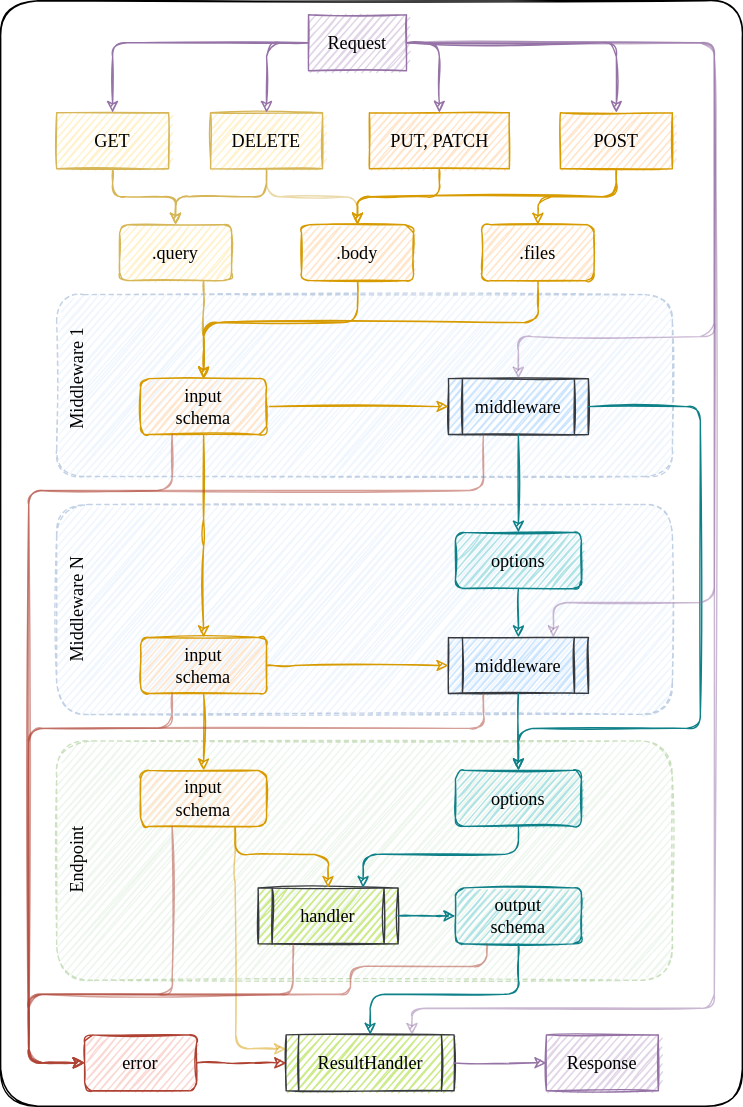
Earlier version of the draw.io export dataflow.svg (RobinTail/express-zod-api). Source tidied: cells renumbered, new cells last; positions are measured from the earlier drawing's top-left corner, leaving out a move shared by most shapes.
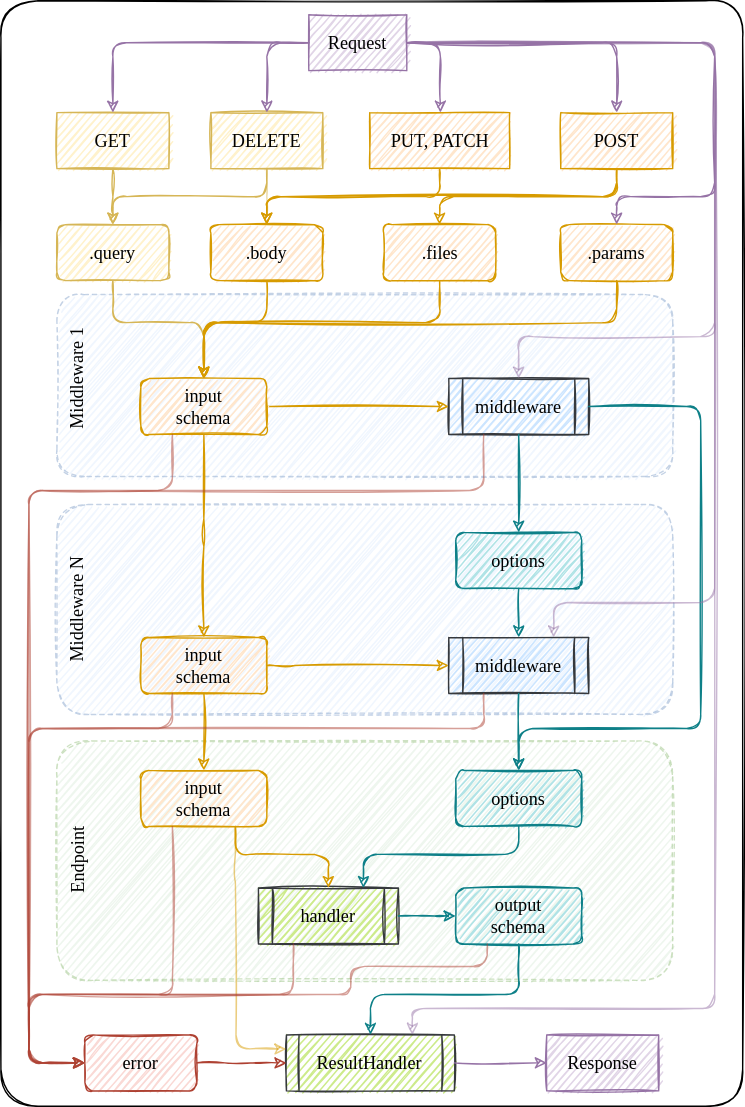
After the commit.

Commit message:
Including params into the dataflow diagram.

Change to the diagram source:
```diff
@@ -88,10 +88,10 @@
       <mxGeometry x="220" y="10" width="70" height="40" as="geometry" />
     </mxCell>
     <mxCell id="22" value=".query" style="rounded=1;fillColor=#fff2cc;strokeColor=#d6b656;sketch=1;fontFamily=Tahoma;fontStyle=0;fontSize=13;spacingTop=0;spacing=2;html=1;whiteSpace=wrap;labelBackgroundColor=none;disableMultiStroke=0;disableMultiStrokeFill=0;sketchStyle=rough;spacingBottom=0;" parent="1" vertex="1">
-      <mxGeometry x="85" y="160" width="80" height="40" as="geometry" />
+      <mxGeometry x="40" y="160" width="80" height="40" as="geometry" />
     </mxCell>
     <mxCell id="23" value=".body" style="rounded=1;fillColor=#ffe6cc;strokeColor=#d79b00;sketch=1;fontFamily=Tahoma;fontStyle=0;fontSize=13;spacingTop=0;spacing=2;html=1;whiteSpace=wrap;labelBackgroundColor=none;disableMultiStroke=0;disableMultiStrokeFill=0;sketchStyle=rough;spacingBottom=0;" parent="1" vertex="1">
-      <mxGeometry x="215" y="160" width="80" height="40" as="geometry" />
+      <mxGeometry x="150" y="160" width="80" height="40" as="geometry" />
     </mxCell>
     <mxCell id="24" value="GET" style="rounded=0;fillColor=#fff2cc;strokeColor=#d6b656;sketch=1;fontFamily=Tahoma;fontStyle=0;fontSize=13;spacingTop=0;spacing=2;html=1;whiteSpace=wrap;labelBackgroundColor=none;disableMultiStroke=0;disableMultiStrokeFill=0;sketchStyle=rough;spacingBottom=0;" parent="1" vertex="1">
       <mxGeometry x="40" y="80" width="80" height="40" as="geometry" />
@@ -264,8 +264,8 @@
     <mxCell id="50" style="endArrow=classic;jumpStyle=none;orthogonal=0;comic=0;rounded=1;edgeStyle=orthogonalEdgeStyle;exitX=0.5;exitY=1;exitDx=0;exitDy=0;entryX=0.5;entryY=0;entryDx=0;entryDy=0;fillColor=#fff2cc;strokeColor=#d6b656;sketch=1;fontFamily=Tahoma;fontStyle=0;fontSize=13;spacingTop=0;spacing=2;html=1;labelBackgroundColor=none;disableMultiStroke=0;disableMultiStrokeFill=0;sketchStyle=rough;spacingBottom=0;" parent="1" edge="1" source="24" target="22">
       <mxGeometry relative="1" as="geometry">
         <Array as="points">
-          <mxPoint x="80" y="140" />
-          <mxPoint x="125" y="140" />
+          <mxPoint x="80" y="150" />
+          <mxPoint x="80" y="150" />
         </Array>
       </mxGeometry>
     </mxCell>
@@ -273,15 +273,15 @@
       <mxGeometry relative="1" as="geometry">
         <Array as="points">
           <mxPoint x="190" y="140" />
-          <mxPoint x="125" y="140" />
+          <mxPoint x="80" y="140" />
         </Array>
       </mxGeometry>
     </mxCell>
     <mxCell id="52" style="endArrow=classic;jumpStyle=none;orthogonal=0;comic=0;rounded=1;edgeStyle=orthogonalEdgeStyle;exitX=0.5;exitY=1;exitDx=0;exitDy=0;entryX=0.5;entryY=0;entryDx=0;entryDy=0;fillColor=#fff2cc;strokeColor=#d6b656;sketch=1;opacity=50;shadow=0;fontFamily=Tahoma;fontStyle=0;fontSize=13;spacingTop=0;spacing=2;html=1;labelBackgroundColor=none;disableMultiStroke=0;disableMultiStrokeFill=0;sketchStyle=rough;spacingBottom=0;" parent="1" edge="1" source="25" target="23">
       <mxGeometry relative="1" as="geometry">
         <Array as="points">
-          <mxPoint x="190" y="140" />
-          <mxPoint x="255" y="140" />
+          <mxPoint x="190" y="150" />
+          <mxPoint x="190" y="150" />
         </Array>
       </mxGeometry>
     </mxCell>
@@ -289,7 +289,7 @@
       <mxGeometry relative="1" as="geometry">
         <Array as="points">
           <mxPoint x="314" y="140" />
-          <mxPoint x="255" y="140" />
+          <mxPoint x="190" y="140" />
         </Array>
       </mxGeometry>
     </mxCell>
@@ -297,14 +297,14 @@
       <mxGeometry relative="1" as="geometry">
         <Array as="points">
           <mxPoint x="440" y="140" />
-          <mxPoint x="255" y="140" />
+          <mxPoint x="190" y="140" />
         </Array>
       </mxGeometry>
     </mxCell>
-    <mxCell id="55" style="endArrow=classic;jumpStyle=none;orthogonal=0;comic=0;rounded=1;edgeStyle=orthogonalEdgeStyle;exitX=0.75;exitY=1;exitDx=0;exitDy=0;entryX=0.5;entryY=0;entryDx=0;entryDy=0;fillColor=#fff2cc;strokeColor=#d6b656;sketch=1;fontFamily=Tahoma;fontStyle=0;fontSize=13;spacingTop=0;spacing=2;html=1;labelBackgroundColor=none;disableMultiStroke=0;disableMultiStrokeFill=0;sketchStyle=rough;spacingBottom=0;" parent="1" edge="1" source="22" target="20">
+    <mxCell id="55" style="endArrow=classic;jumpStyle=none;orthogonal=0;comic=0;rounded=1;edgeStyle=orthogonalEdgeStyle;exitX=0.5;exitY=1;exitDx=0;exitDy=0;entryX=0.5;entryY=0;entryDx=0;entryDy=0;fillColor=#fff2cc;strokeColor=#d6b656;sketch=1;fontFamily=Tahoma;fontStyle=0;fontSize=13;spacingTop=0;spacing=2;html=1;labelBackgroundColor=none;disableMultiStroke=0;disableMultiStrokeFill=0;sketchStyle=rough;spacingBottom=0;" parent="1" edge="1" source="22" target="20">
       <mxGeometry relative="1" as="geometry">
         <Array as="points">
-          <mxPoint x="145" y="230" />
+          <mxPoint x="80" y="230" />
           <mxPoint x="145" y="230" />
         </Array>
       </mxGeometry>
@@ -312,7 +312,7 @@
     <mxCell id="56" style="endArrow=classic;jumpStyle=none;orthogonal=0;comic=0;rounded=1;edgeStyle=orthogonalEdgeStyle;exitX=0.5;exitY=1;exitDx=0;exitDy=0;entryX=0.5;entryY=0;entryDx=0;entryDy=0;fillColor=#ffe6cc;strokeColor=#d79b00;sketch=1;fontFamily=Tahoma;fontStyle=0;fontSize=13;spacingTop=0;spacing=2;html=1;labelBackgroundColor=none;disableMultiStroke=0;disableMultiStrokeFill=0;sketchStyle=rough;spacingBottom=0;" parent="1" edge="1" source="23" target="20">
       <mxGeometry relative="1" as="geometry">
         <Array as="points">
-          <mxPoint x="255" y="230" />
+          <mxPoint x="190" y="230" />
           <mxPoint x="145" y="230" />
         </Array>
       </mxGeometry>
@@ -356,23 +356,43 @@
       </mxGeometry>
     </mxCell>
     <mxCell id="61" value=".files" style="rounded=1;fillColor=#ffe6cc;strokeColor=#d79b00;sketch=1;fontFamily=Tahoma;fontStyle=0;fontSize=13;spacingTop=0;spacing=2;html=1;whiteSpace=wrap;labelBackgroundColor=none;disableMultiStroke=0;disableMultiStrokeFill=0;sketchStyle=rough;spacingBottom=0;" parent="1" vertex="1">
-      <mxGeometry x="344" y="160" width="80" height="40" as="geometry" />
+      <mxGeometry x="273.5" y="160" width="80" height="40" as="geometry" />
     </mxCell>
     <mxCell id="62" style="endArrow=classic;jumpStyle=none;orthogonal=0;comic=0;rounded=1;edgeStyle=orthogonalEdgeStyle;exitX=0.5;exitY=1;exitDx=0;exitDy=0;entryX=0.5;entryY=0;entryDx=0;entryDy=0;fillColor=#ffe6cc;strokeColor=#d79b00;sketch=1;fontFamily=Tahoma;fontStyle=0;fontSize=13;spacingTop=0;spacing=2;html=1;labelBackgroundColor=none;disableMultiStroke=0;disableMultiStrokeFill=0;sketchStyle=rough;spacingBottom=0;" parent="1" edge="1" source="27" target="61">
       <mxGeometry relative="1" as="geometry">
         <Array as="points">
           <mxPoint x="440" y="140" />
-          <mxPoint x="384" y="140" />
+          <mxPoint x="314" y="140" />
         </Array>
       </mxGeometry>
     </mxCell>
     <mxCell id="63" style="endArrow=classic;jumpStyle=none;orthogonal=0;comic=0;rounded=1;edgeStyle=orthogonalEdgeStyle;exitX=0.5;exitY=1;exitDx=0;exitDy=0;entryX=0.5;entryY=0;entryDx=0;entryDy=0;fillColor=#ffe6cc;strokeColor=#d79b00;sketch=1;fontFamily=Tahoma;fontStyle=0;fontSize=13;spacingTop=0;spacing=2;html=1;labelBackgroundColor=none;disableMultiStroke=0;disableMultiStrokeFill=0;sketchStyle=rough;spacingBottom=0;" parent="1" edge="1" source="61" target="20">
       <mxGeometry relative="1" as="geometry">
         <Array as="points">
-          <mxPoint x="384" y="230" />
+          <mxPoint x="314" y="230" />
           <mxPoint x="145" y="230" />
         </Array>
       </mxGeometry>
     </mxCell>
+    <mxCell id="64" value=".params" style="rounded=1;fillColor=#ffe6cc;strokeColor=#d79b00;sketch=1;fontFamily=Tahoma;fontStyle=0;fontSize=13;spacingTop=0;spacing=2;html=1;whiteSpace=wrap;labelBackgroundColor=none;disableMultiStroke=0;disableMultiStrokeFill=0;sketchStyle=rough;spacingBottom=0;" parent="1" vertex="1">
+      <mxGeometry x="400" y="160" width="80" height="40" as="geometry" />
+    </mxCell>
+    <mxCell id="65" style="endArrow=classic;jumpStyle=none;orthogonal=0;comic=0;rounded=1;edgeStyle=orthogonalEdgeStyle;exitX=1;exitY=0.5;exitDx=0;exitDy=0;fillColor=#e1d5e7;strokeColor=#9673a6;sketch=1;fontFamily=Tahoma;fontStyle=0;fontSize=13;spacingTop=0;spacing=2;html=1;labelBackgroundColor=none;disableMultiStroke=0;disableMultiStrokeFill=0;sketchStyle=rough;spacingBottom=0;entryX=0.5;entryY=0;entryDx=0;entryDy=0;" parent="1" edge="1" source="21" target="64">
+      <mxGeometry relative="1" as="geometry">
+        <Array as="points">
+          <mxPoint x="510" y="30" />
+          <mxPoint x="510" y="140" />
+          <mxPoint x="440" y="140" />
+        </Array>
+      </mxGeometry>
+    </mxCell>
+    <mxCell id="66" style="endArrow=classic;jumpStyle=none;orthogonal=0;comic=0;rounded=1;edgeStyle=orthogonalEdgeStyle;exitX=0.5;exitY=1;exitDx=0;exitDy=0;entryX=0.5;entryY=0;entryDx=0;entryDy=0;fillColor=#ffe6cc;strokeColor=#d79b00;sketch=1;fontFamily=Tahoma;fontStyle=0;fontSize=13;spacingTop=0;spacing=2;html=1;labelBackgroundColor=none;disableMultiStroke=0;disableMultiStrokeFill=0;sketchStyle=rough;spacingBottom=0;" parent="1" edge="1" source="64" target="20">
+      <mxGeometry relative="1" as="geometry">
+        <Array as="points">
+          <mxPoint x="440" y="230" />
+          <mxPoint x="145" y="230" />
+        </Array>
+      </mxGeometry>
+    </mxCell>
   </root>
 </mxGraphModel>
```
